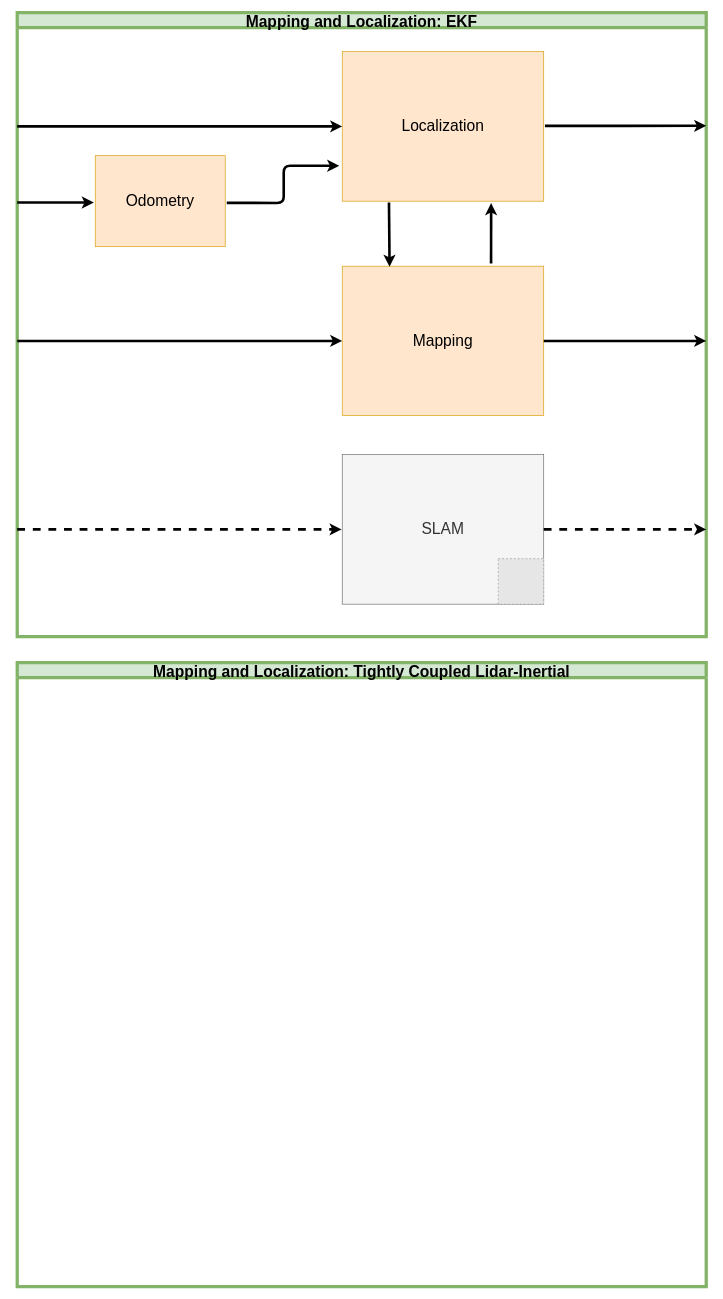
The draw.io diagram page "#2 Localization and Mapping" (5 of 20) of OutdoorNavigationStructure.drawio in ipa-dmo/ipa_outdoor_docu, before the edit. Source tidied: cells renumbered, new cells numbered last; positions are measured from the earlier drawing's top-left corner, leaving out a move shared by most shapes. Both pictures are drawn from the tidied source at 65%, with x=0, y=0 at pixel (17, 12). Pictures stored in the file or linked from it are replaced by grey dashed boxes.
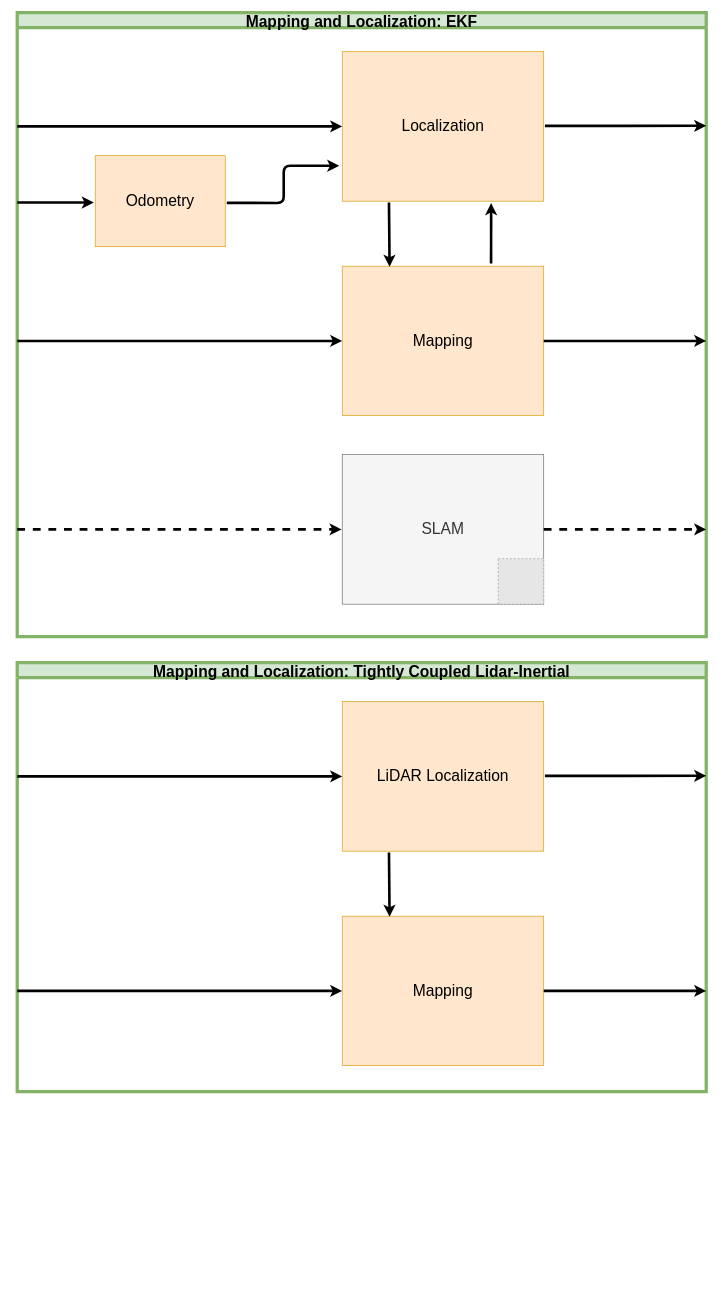
After the change.

Commit message:
Add Lidar Inertial Localization internals

Diff of the diagram source:
```diff
@@
     <mxCell id="18" value="Mapping and Localization: Tightly Coupled Lidar-Inertial" style="swimlane;fillColor=#d5e8d4;strokeColor=#82b366;fontSize=24;strokeWidth=5;" parent="1" vertex="1">
-      <mxGeometry y="1000" width="1060" height="960" as="geometry" />
+      <mxGeometry y="1000" width="1060" height="660" as="geometry" />
     </mxCell>
+    <mxCell id="19" style="endArrow=classic;entryX=0;entryY=0.5;entryDx=0;entryDy=0;verticalAlign=top;horizontal=1;strokeWidth=4;" parent="18" edge="1" target="21">
+      <mxGeometry relative="1" as="geometry">
+        <mxPoint y="505" as="sourcePoint" />
+      </mxGeometry>
+    </mxCell>
+    <mxCell id="20" value="&lt;font style=&quot;font-size: 24px&quot;&gt;LiDAR Localization&lt;/font&gt;" style="whiteSpace=wrap;html=1;fillColor=#ffe6cc;strokeColor=#d79b00;" parent="18" vertex="1">
+      <mxGeometry x="500" y="60" width="310" height="230" as="geometry" />
+    </mxCell>
+    <mxCell id="21" value="&lt;font style=&quot;font-size: 24px&quot;&gt;Mapping&lt;/font&gt;" style="whiteSpace=wrap;html=1;fillColor=#ffe6cc;strokeColor=#d79b00;" parent="18" vertex="1">
+      <mxGeometry x="500" y="390" width="310" height="230" as="geometry" />
+    </mxCell>
+    <mxCell id="22" style="endArrow=classic;html=1;entryX=0;entryY=0.5;entryDx=0;entryDy=0;strokeWidth=4;" parent="18" edge="1" target="20">
+      <mxGeometry relative="1" as="geometry">
+        <mxPoint y="175" as="sourcePoint" />
+      </mxGeometry>
+    </mxCell>
+    <mxCell id="23" style="endArrow=classic;html=1;exitX=0.232;exitY=1.009;exitDx=0;exitDy=0;strokeWidth=4;exitPerimeter=0;entryX=0.235;entryY=0.004;entryDx=0;entryDy=0;entryPerimeter=0;" parent="18" edge="1" source="20" target="21">
+      <mxGeometry relative="1" as="geometry" />
+    </mxCell>
+    <mxCell id="24" style="edgeStyle=elbowEdgeStyle;rounded=0;jettySize=auto;html=0;verticalAlign=top;strokeWidth=4;exitX=1.006;exitY=0.496;exitDx=0;exitDy=0;exitPerimeter=0;" parent="18" edge="1" source="20">
+      <mxGeometry relative="1" as="geometry">
+        <mxPoint x="1060" y="174" as="targetPoint" />
+      </mxGeometry>
+    </mxCell>
+    <mxCell id="25" style="edgeStyle=orthogonalEdgeStyle;rounded=0;jettySize=auto;html=0;verticalAlign=top;exitX=1;exitY=0.5;exitDx=0;exitDy=0;strokeWidth=4;" parent="18" edge="1" source="21">
+      <mxGeometry relative="1" as="geometry">
+        <mxPoint x="1060" y="505" as="targetPoint" />
+      </mxGeometry>
+    </mxCell>
```
